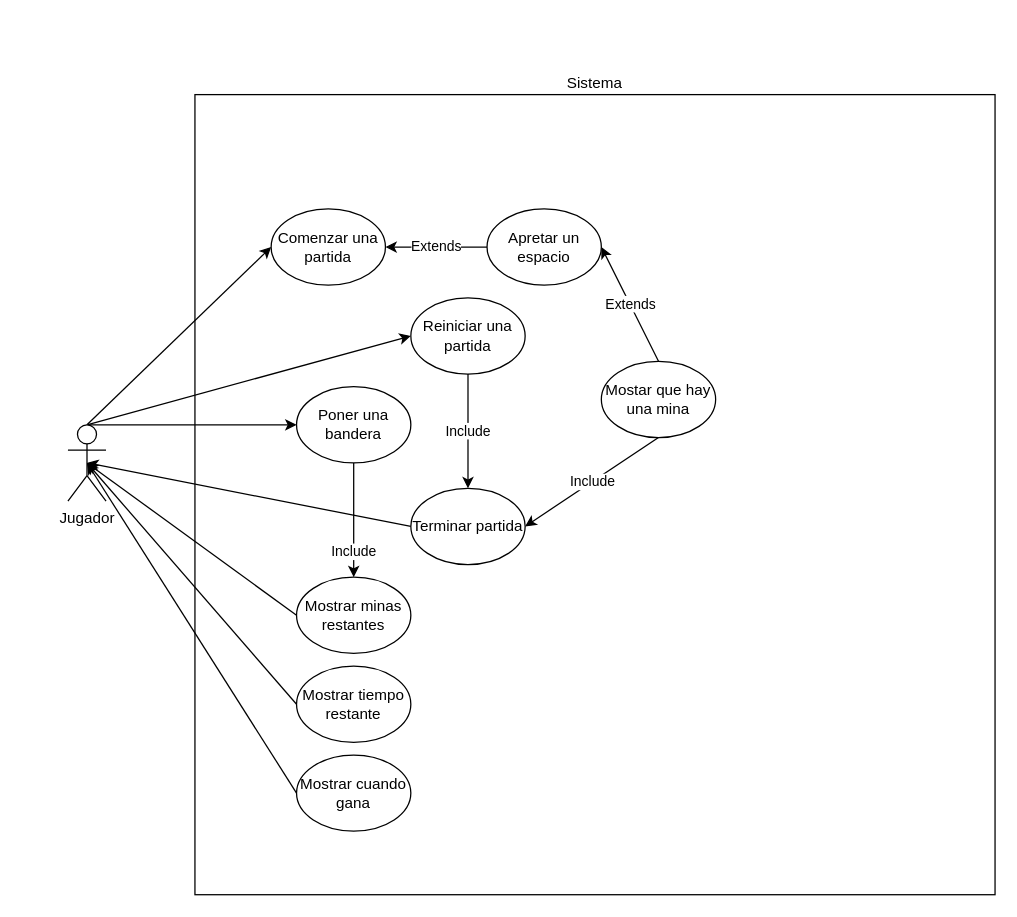
The draw.io diagram DiagramaCasosDeUso.drawio in RenatoAtencio/ProyectoArquitecturaDeSoftware, before the edit. Source tidied: cells renumbered, new cells numbered last; positions are measured from the earlier drawing's top-left corner, leaving out a move shared by most shapes. Both pictures are drawn from the tidied source at 127%, with x=0, y=0 at pixel (67, 94).
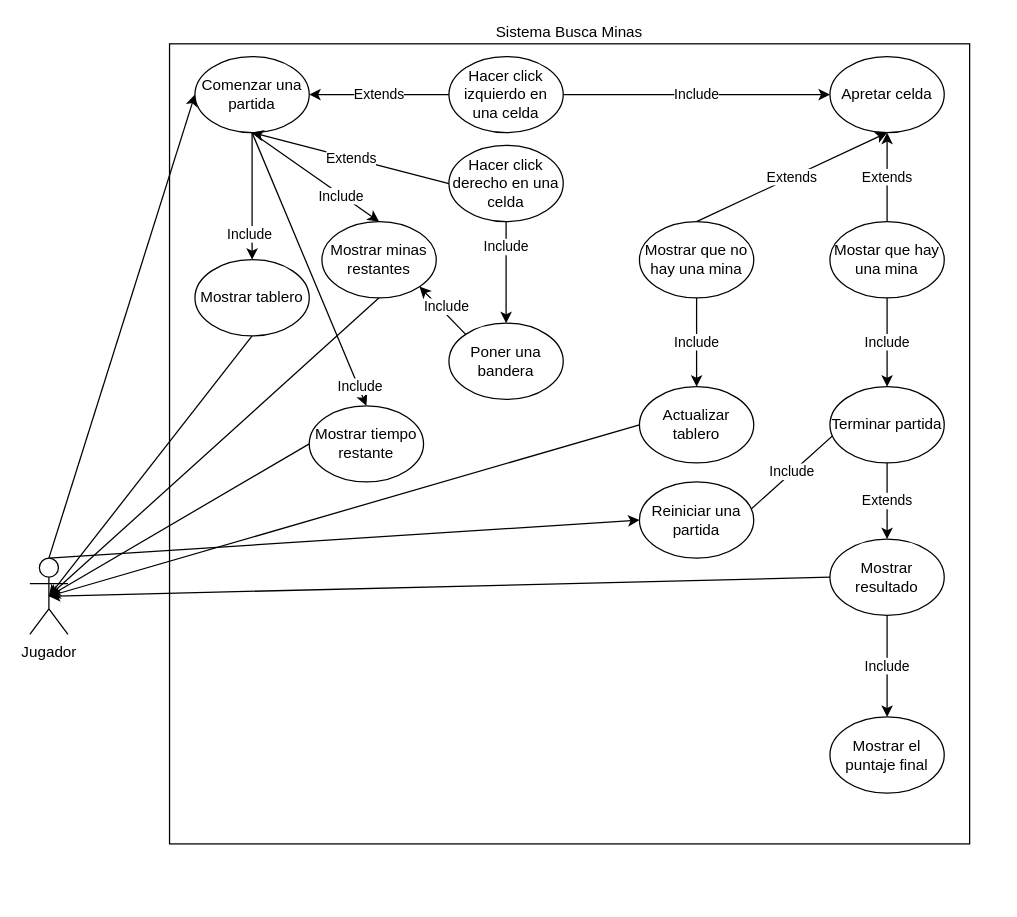
The same diagram, later.

Change to the diagram source:
```diff
@@
-    <mxCell id="2" value="Sistema" style="whiteSpace=wrap;html=1;labelPosition=center;verticalLabelPosition=top;align=center;verticalAlign=bottom;" parent="1" vertex="1">
-      <mxGeometry x="100" width="630" height="630" as="geometry" />
+    <mxCell id="2" value="Sistema Busca Minas" style="whiteSpace=wrap;html=1;labelPosition=center;verticalLabelPosition=top;align=center;verticalAlign=bottom;" parent="1" vertex="1">
+      <mxGeometry x="80" y="-40" width="630" height="630" as="geometry" />
     </mxCell>
@@
-    <mxCell id="4" style="edgeStyle=none;html=1;exitX=0.5;exitY=0;exitDx=0;exitDy=0;exitPerimeter=0;entryX=0;entryY=0.5;entryDx=0;entryDy=0;" parent="1" edge="1" source="6" target="13">
-      <mxGeometry relative="1" as="geometry" />
-    </mxCell>
@@
     <mxCell id="6" value="Jugador" style="shape=umlActor;verticalLabelPosition=bottom;verticalAlign=top;html=1;outlineConnect=0;" parent="1" vertex="1">
-      <mxGeometry y="260" width="30" height="60" as="geometry" />
+      <mxGeometry x="-30" y="365" width="30" height="60" as="geometry" />
     </mxCell>
+    <mxCell id="25" value="Include" style="edgeStyle=none;html=1;exitX=0.5;exitY=1;exitDx=0;exitDy=0;entryX=0.5;entryY=0;entryDx=0;entryDy=0;" parent="1" edge="1" source="7" target="42">
+      <mxGeometry x="0.6" y="-2" relative="1" as="geometry" />
+    </mxCell>
     <mxCell id="7" value="Comenzar una partida" style="ellipse;whiteSpace=wrap;html=1;" parent="1" vertex="1">
-      <mxGeometry x="160" y="90" width="90" height="60" as="geometry" />
+      <mxGeometry x="100" y="-30" width="90" height="60" as="geometry" />
     </mxCell>
@@
     <mxCell id="9" value="Reiniciar una partida" style="ellipse;whiteSpace=wrap;html=1;" parent="1" vertex="1">
-      <mxGeometry x="270" y="160" width="90" height="60" as="geometry" />
+      <mxGeometry x="450" y="305" width="90" height="60" as="geometry" />
     </mxCell>
-    <mxCell id="10" value="Extends" style="edgeStyle=none;html=1;exitX=0;exitY=0.5;exitDx=0;exitDy=0;entryX=1;entryY=0.5;entryDx=0;entryDy=0;" parent="1" edge="1" source="11" target="7">
+    <mxCell id="10" value="Extends" style="edgeStyle=none;html=1;exitX=0;exitY=0.5;exitDx=0;exitDy=0;entryX=1;entryY=0.5;entryDx=0;entryDy=0;" parent="1" edge="1" source="33" target="7">
       <mxGeometry relative="1" as="geometry" />
     </mxCell>
-    <mxCell id="11" value="Apretar un espacio" style="ellipse;whiteSpace=wrap;html=1;" parent="1" vertex="1">
-      <mxGeometry x="330" y="90" width="90" height="60" as="geometry" />
+    <mxCell id="11" value="Apretar celda" style="ellipse;whiteSpace=wrap;html=1;" parent="1" vertex="1">
+      <mxGeometry x="600" y="-30" width="90" height="60" as="geometry" />
     </mxCell>
-    <mxCell id="12" value="Include" style="edgeStyle=none;html=1;exitX=0.5;exitY=1;exitDx=0;exitDy=0;entryX=0.5;entryY=0;entryDx=0;entryDy=0;" parent="1" edge="1" source="13" target="20">
-      <mxGeometry x="0.56" relative="1" as="geometry" />
+    <mxCell id="12" value="Include" style="edgeStyle=none;html=1;exitX=0;exitY=0;exitDx=0;exitDy=0;entryX=1;entryY=1;entryDx=0;entryDy=0;" parent="1" edge="1" source="13" target="20">
+      <mxGeometry y="-4" relative="1" as="geometry" />
     </mxCell>
     <mxCell id="13" value="Poner una bandera" style="ellipse;whiteSpace=wrap;html=1;" parent="1" vertex="1">
-      <mxGeometry x="180" y="230" width="90" height="60" as="geometry" />
+      <mxGeometry x="300" y="180" width="90" height="60" as="geometry" />
     </mxCell>
-    <mxCell id="14" value="Include" style="edgeStyle=none;html=1;exitX=0.5;exitY=1;exitDx=0;exitDy=0;entryX=1;entryY=0.5;entryDx=0;entryDy=0;" parent="1" edge="1" source="16" target="18">
+    <mxCell id="14" value="Include" style="edgeStyle=none;html=1;exitX=0.5;exitY=1;exitDx=0;exitDy=0;entryX=0.5;entryY=0;entryDx=0;entryDy=0;" parent="1" edge="1" source="16" target="18">
       <mxGeometry relative="1" as="geometry" />
     </mxCell>
-    <mxCell id="15" value="Extends" style="edgeStyle=none;html=1;exitX=0.5;exitY=0;exitDx=0;exitDy=0;entryX=1;entryY=0.5;entryDx=0;entryDy=0;" parent="1" edge="1" source="16" target="11">
+    <mxCell id="15" value="Extends" style="edgeStyle=none;html=1;exitX=0.5;exitY=0;exitDx=0;exitDy=0;entryX=0.5;entryY=1;entryDx=0;entryDy=0;" parent="1" edge="1" source="16" target="11">
       <mxGeometry relative="1" as="geometry" />
     </mxCell>
     <mxCell id="16" value="Mostar que hay una mina" style="ellipse;whiteSpace=wrap;html=1;" parent="1" vertex="1">
-      <mxGeometry x="420" y="210" width="90" height="60" as="geometry" />
+      <mxGeometry x="600" y="100" width="90" height="60" as="geometry" />
     </mxCell>
-    <mxCell id="17" style="edgeStyle=none;html=1;exitX=0;exitY=0.5;exitDx=0;exitDy=0;entryX=0.5;entryY=0.5;entryDx=0;entryDy=0;entryPerimeter=0;" parent="1" edge="1" source="18" target="6">
-      <mxGeometry relative="1" as="geometry" />
-    </mxCell>
+    <mxCell id="26" value="Extends" style="edgeStyle=none;html=1;exitX=0.5;exitY=1;exitDx=0;exitDy=0;entryX=0.5;entryY=0;entryDx=0;entryDy=0;" parent="1" edge="1" source="18" target="24">
+      <mxGeometry relative="1" as="geometry" />
+    </mxCell>
     <mxCell id="18" value="Terminar partida" style="ellipse;whiteSpace=wrap;html=1;" parent="1" vertex="1">
-      <mxGeometry x="270" y="310" width="90" height="60" as="geometry" />
+      <mxGeometry x="600" y="230" width="90" height="60" as="geometry" />
     </mxCell>
-    <mxCell id="19" style="edgeStyle=none;html=1;exitX=0;exitY=0.5;exitDx=0;exitDy=0;entryX=0.5;entryY=0.5;entryDx=0;entryDy=0;entryPerimeter=0;" parent="1" edge="1" source="20" target="6">
+    <mxCell id="19" style="edgeStyle=none;html=1;exitX=0.5;exitY=1;exitDx=0;exitDy=0;entryX=0.5;entryY=0.5;entryDx=0;entryDy=0;entryPerimeter=0;" parent="1" edge="1" source="20" target="6">
       <mxGeometry relative="1" as="geometry" />
     </mxCell>
     <mxCell id="20" value="Mostrar minas restantes" style="ellipse;whiteSpace=wrap;html=1;" parent="1" vertex="1">
-      <mxGeometry x="180" y="380" width="90" height="60" as="geometry" />
+      <mxGeometry x="200" y="100" width="90" height="60" as="geometry" />
     </mxCell>
@@
     <mxCell id="22" value="Mostrar tiempo restante" style="ellipse;whiteSpace=wrap;html=1;" parent="1" vertex="1">
-      <mxGeometry x="180" y="450" width="90" height="60" as="geometry" />
+      <mxGeometry x="190" y="245" width="90" height="60" as="geometry" />
     </mxCell>
+    <mxCell id="27" value="Include" style="edgeStyle=none;html=1;exitX=0.5;exitY=1;exitDx=0;exitDy=0;entryX=0.5;entryY=0;entryDx=0;entryDy=0;" parent="1" edge="1" source="24" target="28">
+      <mxGeometry relative="1" as="geometry" />
+    </mxCell>
@@
-    <mxCell id="24" value="Mostrar cuando gana" style="ellipse;whiteSpace=wrap;html=1;" parent="1" vertex="1">
-      <mxGeometry x="180" y="520" width="90" height="60" as="geometry" />
+    <mxCell id="24" value="Mostrar resultado" style="ellipse;whiteSpace=wrap;html=1;" parent="1" vertex="1">
+      <mxGeometry x="600" y="350" width="90" height="60" as="geometry" />
     </mxCell>
+    <mxCell id="28" value="Mostrar el puntaje final" style="ellipse;whiteSpace=wrap;html=1;" parent="1" vertex="1">
+      <mxGeometry x="600" y="490" width="90" height="60" as="geometry" />
+    </mxCell>
+    <mxCell id="29" value="Include" style="edgeStyle=none;html=1;exitX=0.5;exitY=1;exitDx=0;exitDy=0;entryX=0.5;entryY=0;entryDx=0;entryDy=0;" parent="1" edge="1" source="31" target="13">
+      <mxGeometry x="-0.5" relative="1" as="geometry" />
+    </mxCell>
+    <mxCell id="30" value="Extends" style="edgeStyle=none;html=1;exitX=0;exitY=0.5;exitDx=0;exitDy=0;entryX=0.5;entryY=1;entryDx=0;entryDy=0;" parent="1" edge="1" source="31" target="7">
+      <mxGeometry relative="1" as="geometry" />
+    </mxCell>
+    <mxCell id="31" value="Hacer click derecho en una celda" style="ellipse;whiteSpace=wrap;html=1;" parent="1" vertex="1">
+      <mxGeometry x="300" y="40" width="90" height="60" as="geometry" />
+    </mxCell>
+    <mxCell id="32" value="Include" style="edgeStyle=none;html=1;exitX=1;exitY=0.5;exitDx=0;exitDy=0;entryX=0;entryY=0.5;entryDx=0;entryDy=0;" parent="1" edge="1" source="33" target="11">
+      <mxGeometry relative="1" as="geometry" />
+    </mxCell>
+    <mxCell id="33" value="Hacer click izquierdo en una celda" style="ellipse;whiteSpace=wrap;html=1;" parent="1" vertex="1">
+      <mxGeometry x="300" y="-30" width="90" height="60" as="geometry" />
+    </mxCell>
+    <mxCell id="34" value="Include" style="edgeStyle=none;html=1;exitX=0.5;exitY=1;exitDx=0;exitDy=0;entryX=0.5;entryY=0;entryDx=0;entryDy=0;" parent="1" edge="1" source="7" target="20">
+      <mxGeometry x="0.4" relative="1" as="geometry">
+        <mxPoint y="1" as="offset" />
+      </mxGeometry>
+    </mxCell>
+    <mxCell id="35" value="Include" style="edgeStyle=none;html=1;exitX=0.5;exitY=1;exitDx=0;exitDy=0;entryX=0.5;entryY=0;entryDx=0;entryDy=0;" parent="1" edge="1" source="7" target="22">
+      <mxGeometry x="0.86" y="1" relative="1" as="geometry" />
+    </mxCell>
+    <mxCell id="36" value="Extends" style="edgeStyle=none;html=1;exitX=0.5;exitY=0;exitDx=0;exitDy=0;entryX=0.5;entryY=1;entryDx=0;entryDy=0;" parent="1" edge="1" source="38" target="11">
+      <mxGeometry relative="1" as="geometry" />
+    </mxCell>
+    <mxCell id="37" value="Include" style="edgeStyle=none;html=1;exitX=0.5;exitY=1;exitDx=0;exitDy=0;entryX=0.5;entryY=0;entryDx=0;entryDy=0;" parent="1" edge="1" source="38" target="40">
+      <mxGeometry relative="1" as="geometry" />
+    </mxCell>
+    <mxCell id="38" value="Mostrar que no hay una mina" style="ellipse;whiteSpace=wrap;html=1;" parent="1" vertex="1">
+      <mxGeometry x="450" y="100" width="90" height="60" as="geometry" />
+    </mxCell>
+    <mxCell id="39" style="edgeStyle=none;html=1;exitX=0;exitY=0.5;exitDx=0;exitDy=0;entryX=0.5;entryY=0.5;entryDx=0;entryDy=0;entryPerimeter=0;" parent="1" edge="1" source="40" target="6">
+      <mxGeometry relative="1" as="geometry" />
+    </mxCell>
+    <mxCell id="40" value="Actualizar tablero" style="ellipse;whiteSpace=wrap;html=1;" parent="1" vertex="1">
+      <mxGeometry x="450" y="230" width="90" height="60" as="geometry" />
+    </mxCell>
+    <mxCell id="41" style="edgeStyle=none;html=1;exitX=0.5;exitY=1;exitDx=0;exitDy=0;entryX=0.5;entryY=0.5;entryDx=0;entryDy=0;entryPerimeter=0;" parent="1" edge="1" source="42" target="6">
+      <mxGeometry relative="1" as="geometry" />
+    </mxCell>
+    <mxCell id="42" value="Mostrar tablero" style="ellipse;whiteSpace=wrap;html=1;" parent="1" vertex="1">
+      <mxGeometry x="100" y="130" width="90" height="60" as="geometry" />
+    </mxCell>
```
